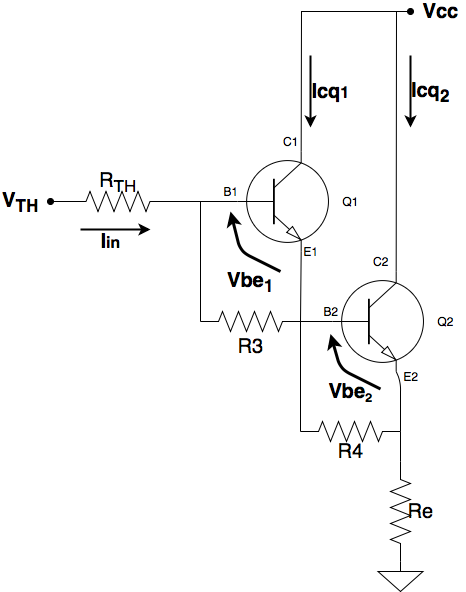
Earlier version of the draw.io export TP1/Informe/Imagenes/polarizacion.png (malenamuller/Electronica_1). Source tidied: cells renumbered, new cells last; positions are measured from the earlier drawing's top-left corner, leaving out a move shared by most shapes. Source of this version:
```xml
<mxGraphModel>
  <root>
    <mxCell id="0" />
    <mxCell id="1" parent="0" />
    <mxCell id="2" style="verticalLabelPosition=bottom;shadow=0;dashed=0;align=center;fillColor=#ffffff;html=1;verticalAlign=top;strokeWidth=1;shape=mxgraph.electrical.transistors.npn_transistor_1;" parent="1" vertex="1">
      <mxGeometry x="235" y="150" width="95" height="100" as="geometry" />
    </mxCell>
    <mxCell id="3" style="verticalLabelPosition=bottom;shadow=0;dashed=0;align=center;fillColor=#ffffff;html=1;verticalAlign=top;strokeWidth=1;shape=mxgraph.electrical.transistors.npn_transistor_1;" parent="1" vertex="1">
      <mxGeometry x="330" y="270" width="95" height="100" as="geometry" />
    </mxCell>
    <mxCell id="4" style="endArrow=none;html=1;entryX=0.7;entryY=1;entryDx=0;entryDy=0;entryPerimeter=0;exitX=0;exitY=0.5;exitDx=0;exitDy=0;exitPerimeter=0;rounded=0;" parent="1" edge="1" source="3" target="2">
      <mxGeometry relative="1" as="geometry">
        <Array as="points">
          <mxPoint x="300" y="320" />
        </Array>
      </mxGeometry>
    </mxCell>
    <mxCell id="5" style="verticalLabelPosition=bottom;shadow=0;dashed=0;align=center;fillColor=#ffffff;html=1;verticalAlign=top;strokeWidth=1;shape=mxgraph.electrical.resistors.resistor_2;" parent="1" vertex="1">
      <mxGeometry x="200" y="310" width="100" height="20" as="geometry" />
    </mxCell>
    <mxCell id="6" style="verticalLabelPosition=bottom;shadow=0;dashed=0;align=center;fillColor=#ffffff;html=1;verticalAlign=top;strokeWidth=1;shape=mxgraph.electrical.resistors.resistor_2;" parent="1" vertex="1">
      <mxGeometry x="300" y="420" width="100" height="20" as="geometry" />
    </mxCell>
    <mxCell id="7" style="verticalLabelPosition=bottom;shadow=0;dashed=0;align=center;fillColor=#ffffff;html=1;verticalAlign=top;strokeWidth=1;shape=mxgraph.electrical.resistors.resistor_2;rotation=-90;" parent="1" vertex="1">
      <mxGeometry x="350" y="500" width="100" height="20" as="geometry" />
    </mxCell>
    <mxCell id="8" style="endArrow=none;html=1;entryX=1;entryY=0.5;entryDx=0;entryDy=0;entryPerimeter=0;" parent="1" edge="1" target="5">
      <mxGeometry relative="1" as="geometry">
        <mxPoint x="300" y="430" as="sourcePoint" />
      </mxGeometry>
    </mxCell>
    <mxCell id="9" style="endArrow=none;html=1;entryX=0.7;entryY=1;entryDx=0;entryDy=0;entryPerimeter=0;exitX=1;exitY=0.5;exitDx=0;exitDy=0;exitPerimeter=0;" parent="1" edge="1" source="6" target="3">
      <mxGeometry relative="1" as="geometry">
        <Array as="points">
          <mxPoint x="400" y="380" />
        </Array>
      </mxGeometry>
    </mxCell>
    <mxCell id="10" style="endArrow=none;html=1;entryX=0;entryY=0.5;entryDx=0;entryDy=0;entryPerimeter=0;exitX=1;exitY=0.5;exitDx=0;exitDy=0;exitPerimeter=0;" parent="1" edge="1" source="7">
      <mxGeometry relative="1" as="geometry">
        <mxPoint x="400" y="430" as="targetPoint" />
      </mxGeometry>
    </mxCell>
    <mxCell id="11" style="endArrow=none;html=1;exitX=0;exitY=0.5;exitDx=0;exitDy=0;exitPerimeter=0;entryX=0;entryY=0.5;entryDx=0;entryDy=0;entryPerimeter=0;rounded=0;" parent="1" edge="1" source="5" target="2">
      <mxGeometry relative="1" as="geometry">
        <Array as="points">
          <mxPoint x="200" y="200" />
        </Array>
      </mxGeometry>
    </mxCell>
    <mxCell id="12" style="verticalLabelPosition=bottom;shadow=0;dashed=0;align=center;fillColor=#ffffff;html=1;verticalAlign=top;strokeWidth=1;shape=mxgraph.electrical.signal_sources.signal_ground;" parent="1" vertex="1">
      <mxGeometry x="377.5" y="560" width="45" height="30" as="geometry" />
    </mxCell>
    <mxCell id="13" style="endArrow=none;html=1;entryX=0.7;entryY=0;entryDx=0;entryDy=0;entryPerimeter=0;" parent="1" edge="1" target="3">
      <mxGeometry relative="1" as="geometry">
        <mxPoint x="396" y="10" as="sourcePoint" />
      </mxGeometry>
    </mxCell>
    <mxCell id="14" style="endArrow=none;html=1;entryX=0.7;entryY=0;entryDx=0;entryDy=0;entryPerimeter=0;rounded=0;startArrow=oval;startFill=1;" parent="1" edge="1" target="2">
      <mxGeometry relative="1" as="geometry">
        <mxPoint x="410" y="10" as="sourcePoint" />
        <Array as="points">
          <mxPoint x="350" y="10" />
          <mxPoint x="301" y="10" />
        </Array>
      </mxGeometry>
    </mxCell>
    <mxCell id="15" value="&lt;b&gt;&lt;font style=&quot;font-size: 20px&quot;&gt;Vcc&lt;/font&gt;&lt;/b&gt;" style="text;html=1;strokeColor=none;fillColor=none;align=center;verticalAlign=middle;whiteSpace=wrap;rounded=0;" parent="1" vertex="1">
      <mxGeometry x="420" width="40" height="20" as="geometry" />
    </mxCell>
    <mxCell id="16" value="&lt;span style=&quot;font-size: 20px&quot;&gt;R3&lt;/span&gt;" style="text;html=1;strokeColor=none;fillColor=none;align=center;verticalAlign=middle;whiteSpace=wrap;rounded=0;" parent="1" vertex="1">
      <mxGeometry x="230" y="335" width="40" height="20" as="geometry" />
    </mxCell>
    <mxCell id="17" value="&lt;span style=&quot;font-size: 20px&quot;&gt;R4&lt;/span&gt;" style="text;html=1;strokeColor=none;fillColor=none;align=center;verticalAlign=middle;whiteSpace=wrap;rounded=0;" parent="1" vertex="1">
      <mxGeometry x="330" y="440" width="40" height="20" as="geometry" />
    </mxCell>
    <mxCell id="18" value="&lt;span style=&quot;font-size: 20px&quot;&gt;Re&lt;/span&gt;" style="text;html=1;strokeColor=none;fillColor=none;align=center;verticalAlign=middle;whiteSpace=wrap;rounded=0;" parent="1" vertex="1">
      <mxGeometry x="400" y="500" width="40" height="20" as="geometry" />
    </mxCell>
    <mxCell id="19" value="Q1" style="text;html=1;strokeColor=none;fillColor=none;align=center;verticalAlign=middle;whiteSpace=wrap;rounded=0;" parent="1" vertex="1">
      <mxGeometry x="330" y="190" width="40" height="20" as="geometry" />
    </mxCell>
    <mxCell id="20" value="Q2" style="text;html=1;strokeColor=none;fillColor=none;align=center;verticalAlign=middle;whiteSpace=wrap;rounded=0;" parent="1" vertex="1">
      <mxGeometry x="425" y="310" width="40" height="20" as="geometry" />
    </mxCell>
    <mxCell id="21" style="endArrow=classic;html=1;strokeWidth=3;" parent="1" edge="1">
      <mxGeometry relative="1" as="geometry">
        <mxPoint x="280" y="270" as="sourcePoint" />
        <mxPoint x="230" y="210" as="targetPoint" />
        <Array as="points">
          <mxPoint x="240" y="250" />
        </Array>
      </mxGeometry>
    </mxCell>
    <mxCell id="22" style="endArrow=classic;html=1;strokeWidth=3;" parent="1" edge="1">
      <mxGeometry relative="1" as="geometry">
        <mxPoint x="380" y="387.5" as="sourcePoint" />
        <mxPoint x="330" y="332.5" as="targetPoint" />
        <Array as="points">
          <mxPoint x="340" y="367.5" />
        </Array>
      </mxGeometry>
    </mxCell>
    <mxCell id="23" value="&lt;b&gt;&lt;font style=&quot;font-size: 20px&quot;&gt;Vbe&lt;sub&gt;1&lt;/sub&gt;&lt;/font&gt;&lt;/b&gt;" style="text;html=1;strokeColor=none;fillColor=none;align=center;verticalAlign=middle;whiteSpace=wrap;rounded=0;" parent="1" vertex="1">
      <mxGeometry x="230" y="270" width="40" height="20" as="geometry" />
    </mxCell>
    <mxCell id="24" value="&lt;b&gt;&lt;font style=&quot;font-size: 20px&quot;&gt;Vbe&lt;/font&gt;&lt;font size=&quot;3&quot;&gt;&lt;sub&gt;2&lt;/sub&gt;&lt;/font&gt;&lt;/b&gt;" style="text;html=1;strokeColor=none;fillColor=none;align=center;verticalAlign=middle;whiteSpace=wrap;rounded=0;" parent="1" vertex="1">
      <mxGeometry x="330" y="380" width="40" height="20" as="geometry" />
    </mxCell>
    <mxCell id="25" value="C2" style="text;html=1;strokeColor=none;fillColor=none;align=center;verticalAlign=middle;whiteSpace=wrap;rounded=0;" parent="1" vertex="1">
      <mxGeometry x="360" y="250" width="40" height="20" as="geometry" />
    </mxCell>
    <mxCell id="26" value="C1" style="text;html=1;strokeColor=none;fillColor=none;align=center;verticalAlign=middle;whiteSpace=wrap;rounded=0;" parent="1" vertex="1">
      <mxGeometry x="270" y="130" width="40" height="20" as="geometry" />
    </mxCell>
    <mxCell id="27" value="B2" style="text;html=1;strokeColor=none;fillColor=none;align=center;verticalAlign=middle;whiteSpace=wrap;rounded=0;" parent="1" vertex="1">
      <mxGeometry x="310" y="300" width="40" height="20" as="geometry" />
    </mxCell>
    <mxCell id="28" value="B1" style="text;html=1;strokeColor=none;fillColor=none;align=center;verticalAlign=middle;whiteSpace=wrap;rounded=0;" parent="1" vertex="1">
      <mxGeometry x="210" y="180" width="40" height="20" as="geometry" />
    </mxCell>
    <mxCell id="29" value="E2" style="text;html=1;strokeColor=none;fillColor=none;align=center;verticalAlign=middle;whiteSpace=wrap;rounded=0;" parent="1" vertex="1">
      <mxGeometry x="390" y="365" width="40" height="20" as="geometry" />
    </mxCell>
    <mxCell id="30" value="E1" style="text;html=1;strokeColor=none;fillColor=none;align=center;verticalAlign=middle;whiteSpace=wrap;rounded=0;" parent="1" vertex="1">
      <mxGeometry x="290" y="240" width="40" height="20" as="geometry" />
    </mxCell>
    <mxCell id="31" style="endArrow=classic;html=1;strokeWidth=2;" parent="1" edge="1">
      <mxGeometry relative="1" as="geometry">
        <mxPoint x="410" y="54" as="sourcePoint" />
        <mxPoint x="410" y="126" as="targetPoint" />
      </mxGeometry>
    </mxCell>
    <mxCell id="32" style="endArrow=classic;html=1;strokeWidth=2;" parent="1" edge="1">
      <mxGeometry relative="1" as="geometry">
        <mxPoint x="310" y="54" as="sourcePoint" />
        <mxPoint x="310" y="126" as="targetPoint" />
      </mxGeometry>
    </mxCell>
    <mxCell id="33" value="&lt;span style=&quot;font-size: 20px&quot;&gt;&lt;b&gt;Icq&lt;sub&gt;2&lt;/sub&gt;&lt;/b&gt;&lt;/span&gt;" style="text;html=1;strokeColor=none;fillColor=none;align=center;verticalAlign=middle;whiteSpace=wrap;rounded=0;" parent="1" vertex="1">
      <mxGeometry x="410" y="80" width="40" height="20" as="geometry" />
    </mxCell>
    <mxCell id="34" value="&lt;b&gt;&lt;span style=&quot;font-size: 20px&quot;&gt;Icq&lt;/span&gt;&lt;font size=&quot;3&quot;&gt;1&lt;/font&gt;&lt;/b&gt;" style="text;html=1;strokeColor=none;fillColor=none;align=center;verticalAlign=middle;whiteSpace=wrap;rounded=0;" parent="1" vertex="1">
      <mxGeometry x="310" y="80" width="40" height="20" as="geometry" />
    </mxCell>
    <mxCell id="35" style="verticalLabelPosition=bottom;shadow=0;dashed=0;align=center;fillColor=#ffffff;html=1;verticalAlign=top;strokeWidth=1;shape=mxgraph.electrical.resistors.resistor_2;" parent="1" vertex="1">
      <mxGeometry x="67.5" y="190" width="100" height="20" as="geometry" />
    </mxCell>
    <mxCell id="36" style="endArrow=none;html=1;strokeWidth=1;entryX=0;entryY=0.5;entryDx=0;entryDy=0;entryPerimeter=0;startArrow=oval;startFill=1;" parent="1" edge="1" target="35">
      <mxGeometry relative="1" as="geometry">
        <mxPoint x="50" y="200" as="sourcePoint" />
      </mxGeometry>
    </mxCell>
    <mxCell id="37" style="endArrow=none;html=1;strokeWidth=1;entryX=1;entryY=0.5;entryDx=0;entryDy=0;entryPerimeter=0;" parent="1" edge="1" target="35">
      <mxGeometry relative="1" as="geometry">
        <mxPoint x="200" y="200" as="sourcePoint" />
      </mxGeometry>
    </mxCell>
    <mxCell id="38" value="&lt;b&gt;&lt;font style=&quot;font-size: 20px&quot;&gt;V&lt;sub&gt;TH&lt;/sub&gt;&lt;/font&gt;&lt;/b&gt;" style="text;html=1;strokeColor=none;fillColor=none;align=center;verticalAlign=middle;whiteSpace=wrap;rounded=0;" parent="1" vertex="1">
      <mxGeometry y="190" width="40" height="20" as="geometry" />
    </mxCell>
    <mxCell id="39" value="&lt;span style=&quot;font-size: 20px&quot;&gt;R&lt;sub&gt;TH&lt;/sub&gt;&lt;/span&gt;" style="text;html=1;strokeColor=none;fillColor=none;align=center;verticalAlign=middle;whiteSpace=wrap;rounded=0;" parent="1" vertex="1">
      <mxGeometry x="97.5" y="170" width="40" height="20" as="geometry" />
    </mxCell>
    <mxCell id="40" style="endArrow=classic;html=1;strokeWidth=2;" parent="1" edge="1">
      <mxGeometry relative="1" as="geometry">
        <mxPoint x="80" y="228" as="sourcePoint" />
        <mxPoint x="150" y="228" as="targetPoint" />
      </mxGeometry>
    </mxCell>
    <mxCell id="41" value="&lt;b&gt;&lt;font&gt;&lt;sub&gt;&lt;span style=&quot;font-size: 20px&quot;&gt;I&lt;/span&gt;&lt;font size=&quot;3&quot;&gt;in&lt;/font&gt;&lt;/sub&gt;&lt;/font&gt;&lt;/b&gt;" style="text;html=1;strokeColor=none;fillColor=none;align=center;verticalAlign=middle;whiteSpace=wrap;rounded=0;" parent="1" vertex="1">
      <mxGeometry x="90" y="230" width="40" height="20" as="geometry" />
    </mxCell>
  </root>
</mxGraphModel>
```
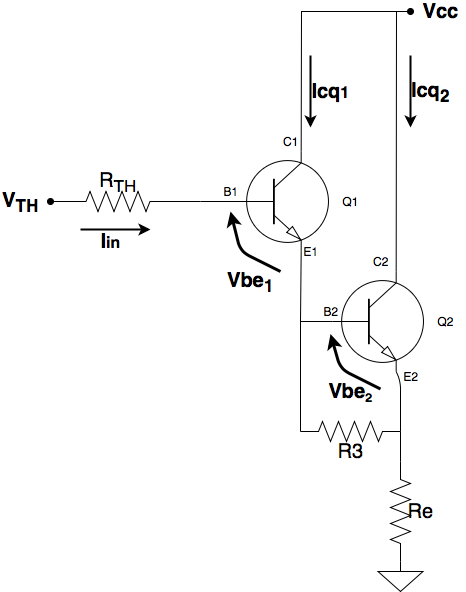
The same file after the commit.

Diff of the diagram source:
```diff
@@ -15,18 +15,16 @@
         </Array>
       </mxGeometry>
     </mxCell>
-    <mxCell id="5" style="verticalLabelPosition=bottom;shadow=0;dashed=0;align=center;fillColor=#ffffff;html=1;verticalAlign=top;strokeWidth=1;shape=mxgraph.electrical.resistors.resistor_2;" parent="1" vertex="1">
-      <mxGeometry x="200" y="310" width="100" height="20" as="geometry" />
-    </mxCell>
     <mxCell id="6" style="verticalLabelPosition=bottom;shadow=0;dashed=0;align=center;fillColor=#ffffff;html=1;verticalAlign=top;strokeWidth=1;shape=mxgraph.electrical.resistors.resistor_2;" parent="1" vertex="1">
       <mxGeometry x="300" y="420" width="100" height="20" as="geometry" />
     </mxCell>
     <mxCell id="7" style="verticalLabelPosition=bottom;shadow=0;dashed=0;align=center;fillColor=#ffffff;html=1;verticalAlign=top;strokeWidth=1;shape=mxgraph.electrical.resistors.resistor_2;rotation=-90;" parent="1" vertex="1">
       <mxGeometry x="350" y="500" width="100" height="20" as="geometry" />
     </mxCell>
-    <mxCell id="8" style="endArrow=none;html=1;entryX=1;entryY=0.5;entryDx=0;entryDy=0;entryPerimeter=0;" parent="1" edge="1" target="5">
+    <mxCell id="8" style="endArrow=none;html=1;entryX=1;entryY=0.5;entryDx=0;entryDy=0;entryPerimeter=0;" parent="1" edge="1">
       <mxGeometry relative="1" as="geometry">
         <mxPoint x="300" y="430" as="sourcePoint" />
+        <mxPoint x="300" y="320" as="targetPoint" />
       </mxGeometry>
     </mxCell>
     <mxCell id="9" style="endArrow=none;html=1;entryX=0.7;entryY=1;entryDx=0;entryDy=0;entryPerimeter=0;exitX=1;exitY=0.5;exitDx=0;exitDy=0;exitPerimeter=0;" parent="1" edge="1" source="6" target="3">
@@ -41,13 +39,6 @@
         <mxPoint x="400" y="430" as="targetPoint" />
       </mxGeometry>
     </mxCell>
-    <mxCell id="11" style="endArrow=none;html=1;exitX=0;exitY=0.5;exitDx=0;exitDy=0;exitPerimeter=0;entryX=0;entryY=0.5;entryDx=0;entryDy=0;entryPerimeter=0;rounded=0;" parent="1" edge="1" source="5" target="2">
-      <mxGeometry relative="1" as="geometry">
-        <Array as="points">
-          <mxPoint x="200" y="200" />
-        </Array>
-      </mxGeometry>
-    </mxCell>
     <mxCell id="12" style="verticalLabelPosition=bottom;shadow=0;dashed=0;align=center;fillColor=#ffffff;html=1;verticalAlign=top;strokeWidth=1;shape=mxgraph.electrical.signal_sources.signal_ground;" parent="1" vertex="1">
       <mxGeometry x="377.5" y="560" width="45" height="30" as="geometry" />
     </mxCell>
@@ -69,11 +60,8 @@
       <mxGeometry x="420" width="40" height="20" as="geometry" />
     </mxCell>
     <mxCell id="16" value="&lt;span style=&quot;font-size: 20px&quot;&gt;R3&lt;/span&gt;" style="text;html=1;strokeColor=none;fillColor=none;align=center;verticalAlign=middle;whiteSpace=wrap;rounded=0;" parent="1" vertex="1">
-      <mxGeometry x="230" y="335" width="40" height="20" as="geometry" />
+      <mxGeometry x="330" y="440" width="40" height="20" as="geometry" />
     </mxCell>
-    <mxCell id="17" value="&lt;span style=&quot;font-size: 20px&quot;&gt;R4&lt;/span&gt;" style="text;html=1;strokeColor=none;fillColor=none;align=center;verticalAlign=middle;whiteSpace=wrap;rounded=0;" parent="1" vertex="1">
-      <mxGeometry x="330" y="440" width="40" height="20" as="geometry" />
-    </mxCell>
     <mxCell id="18" value="&lt;span style=&quot;font-size: 20px&quot;&gt;Re&lt;/span&gt;" style="text;html=1;strokeColor=none;fillColor=none;align=center;verticalAlign=middle;whiteSpace=wrap;rounded=0;" parent="1" vertex="1">
       <mxGeometry x="400" y="500" width="40" height="20" as="geometry" />
     </mxCell>
@@ -171,5 +159,10 @@
     <mxCell id="41" value="&lt;b&gt;&lt;font&gt;&lt;sub&gt;&lt;span style=&quot;font-size: 20px&quot;&gt;I&lt;/span&gt;&lt;font size=&quot;3&quot;&gt;in&lt;/font&gt;&lt;/sub&gt;&lt;/font&gt;&lt;/b&gt;" style="text;html=1;strokeColor=none;fillColor=none;align=center;verticalAlign=middle;whiteSpace=wrap;rounded=0;" parent="1" vertex="1">
       <mxGeometry x="90" y="230" width="40" height="20" as="geometry" />
     </mxCell>
+    <mxCell id="42" style="endArrow=none;html=1;exitX=0.75;exitY=1;exitDx=0;exitDy=0;" parent="1" edge="1" source="28">
+      <mxGeometry relative="1" as="geometry">
+        <mxPoint x="200" y="200" as="targetPoint" />
+      </mxGeometry>
+    </mxCell>
   </root>
 </mxGraphModel>
```
